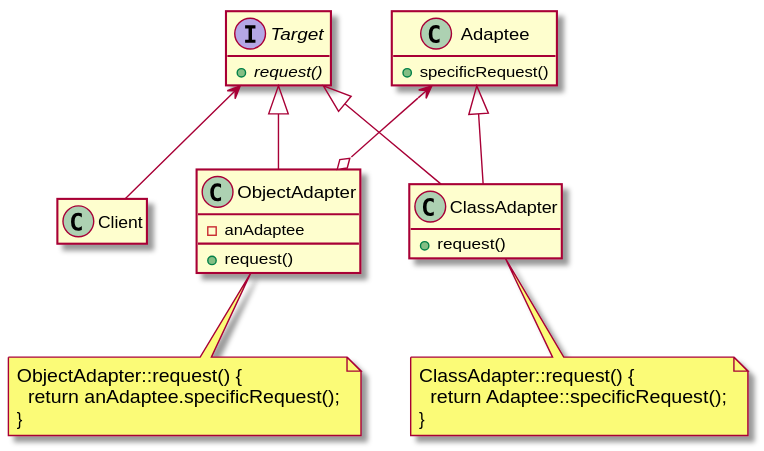
Earlier version of the PlantUML export programming/patterns/Adapter/Class.svg (pvc1989/miniWiki). Its diagram source:
```plantuml
@startuml
Target <-- Client
Target <|-- ClassAdapter
Target <|-- ObjectAdapter
Adaptee <|-- ClassAdapter
Adaptee <--o ObjectAdapter

interface Target {
  {abstract} +request()
}
class Adaptee {
  +specificRequest()
}
class ClassAdapter {
  +request()
}
class ObjectAdapter {
  -anAdaptee
  +request()
}

note bottom of ObjectAdapter
  ObjectAdapter::request() {
    return anAdaptee.specificRequest();
  }
end note

note bottom of ClassAdapter
  ClassAdapter::request() {
    return Adaptee::specificRequest();
  }
end note

hide empty attributes
hide empty methods
@enduml
```
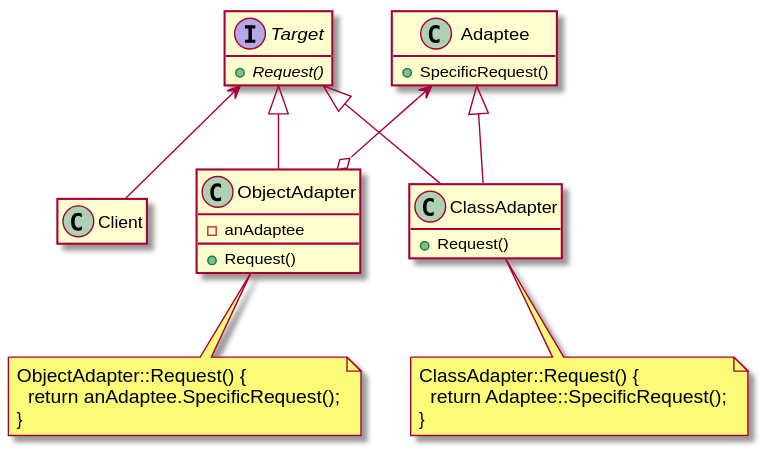
The same diagram one commit later.

Commit message:
Update diagram and description for Adapter.

Diff of the diagram source:
```diff
@@ -6,28 +6,28 @@
 Adaptee <--o ObjectAdapter
 
 interface Target {
-  {abstract} +request()
+  {abstract} +Request()
 }
 class Adaptee {
-  +specificRequest()
+  +SpecificRequest()
 }
 class ClassAdapter {
-  +request()
+  +Request()
 }
 class ObjectAdapter {
   -anAdaptee
-  +request()
+  +Request()
 }
 
 note bottom of ObjectAdapter
-  ObjectAdapter::request() {
-    return anAdaptee.specificRequest();
+  ObjectAdapter::Request() {
+    return anAdaptee.SpecificRequest();
   }
 end note
 
 note bottom of ClassAdapter
-  ClassAdapter::request() {
-    return Adaptee::specificRequest();
+  ClassAdapter::Request() {
+    return Adaptee::SpecificRequest();
   }
 end note
 
```
